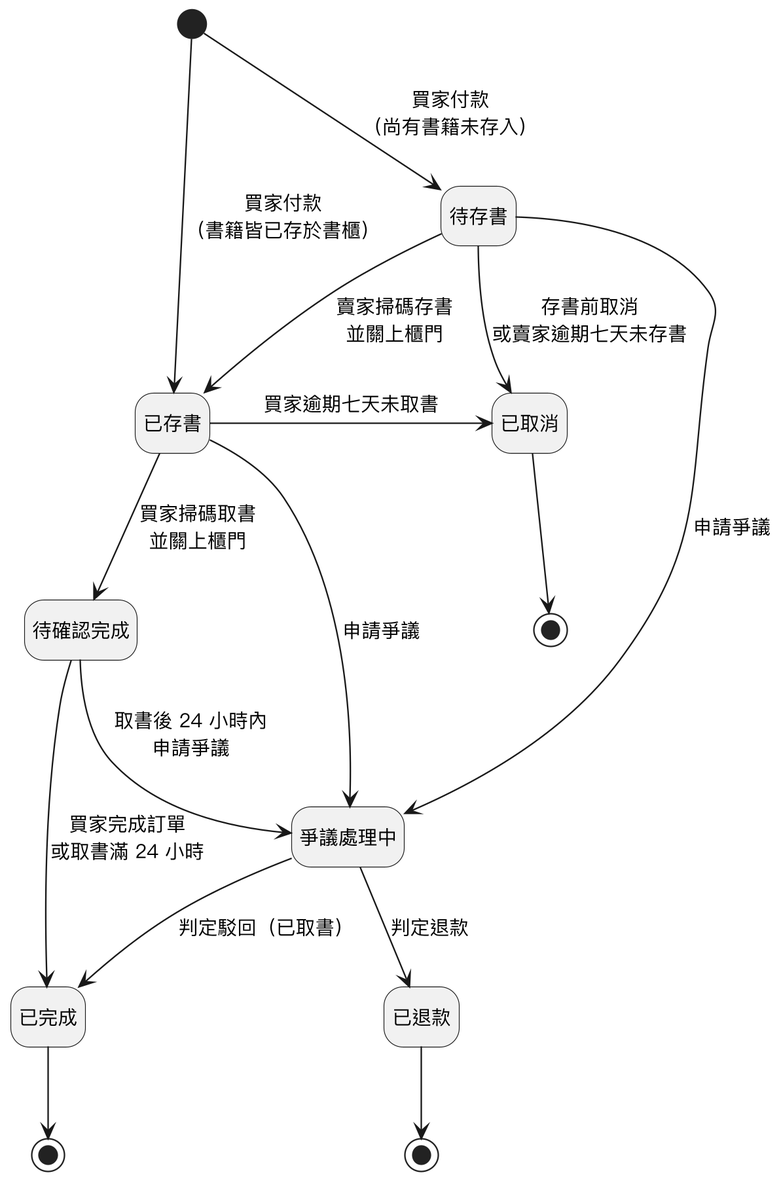
Above: Diagrams/State Machine/v3/state_orders.png in SaveMyBook/SaveMyBook (PlantUML), before the change.
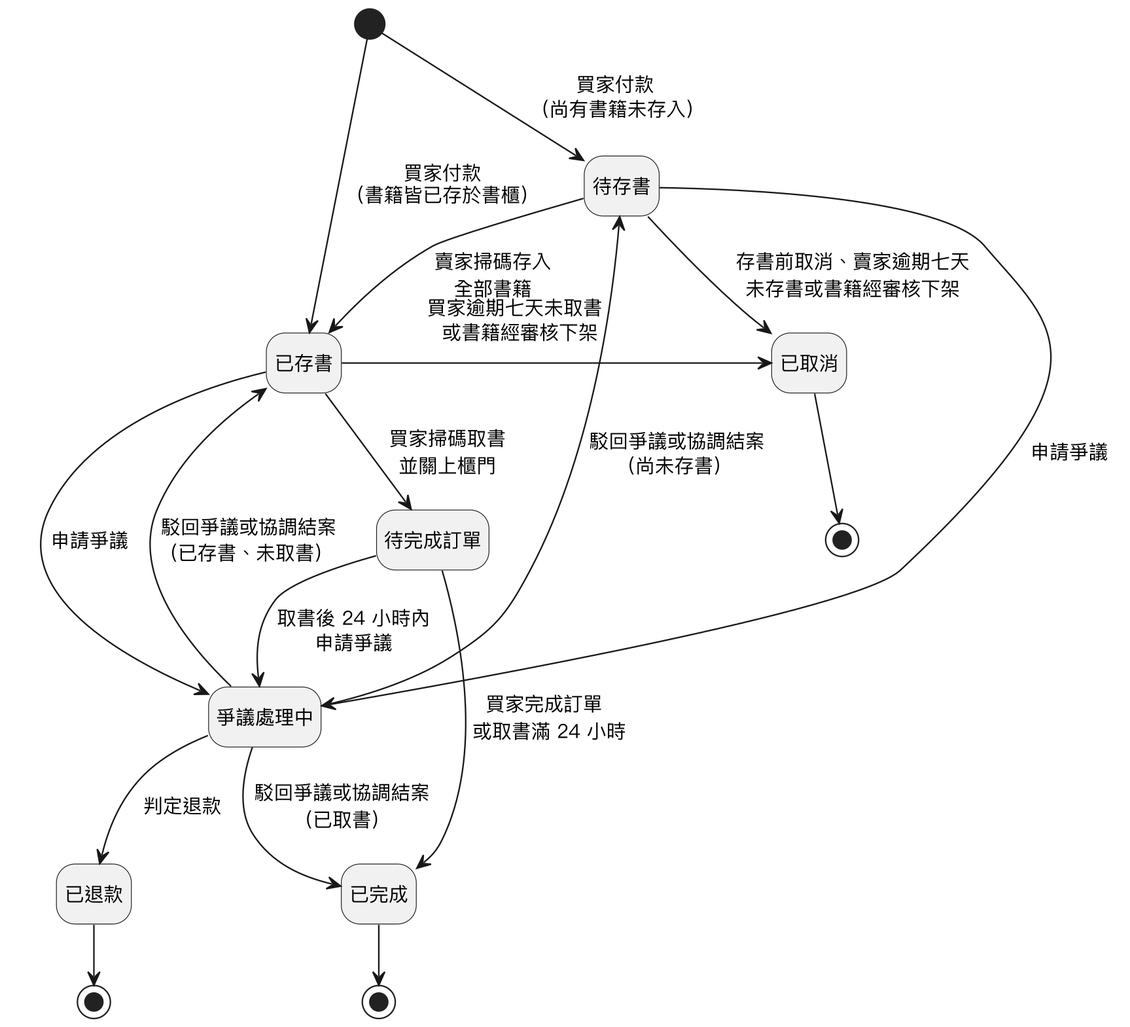
After the change.

What changed in the source:
```diff
@@ -5,11 +5,12 @@
 skinparam defaultFontName "PingFang TC"
 skinparam defaultFontSize 13
 hide empty description
-skinparam nodesep 70
+skinparam nodesep 55
+skinparam ranksep 40
 
 state 待存書
 state 已存書
-state 待確認完成
+state 待完成訂單
 state 已完成
 state 已取消
 state 爭議處理中
@@ -20,19 +21,21 @@
 
 [*] --> 待存書 : 買家付款\n（尚有書籍未存入）
 [*] --> 已存書 : 買家付款\n（書籍皆已存於書櫃）
-待存書 --> 已存書 : 賣家掃碼存書\n並關上櫃門
-已存書 --> 待確認完成 : 買家掃碼取書\n並關上櫃門
-待確認完成 --> 已完成 : 買家完成訂單\n或取書滿 24 小時
+待存書 --> 已存書 : 賣家掃碼存入\n全部書籍
+已存書 --> 待完成訂單 : 買家掃碼取書\n並關上櫃門
+待完成訂單 --> 已完成 : 買家完成訂單\n或取書滿 24 小時
 已完成 --> 完成終點
 
-待存書 --> 已取消 : 存書前取消\n或賣家逾期七天未存書
-已存書 -right-> 已取消 : 買家逾期七天未取書
+待存書 --> 已取消 : 存書前取消、賣家逾期七天\n未存書或書籍經審核下架
+已存書 -right-> 已取消 : 買家逾期七天未取書\n或書籍經審核下架
 已取消 --> 取消終點
 
 待存書 --> 爭議處理中 : 申請爭議
 已存書 --> 爭議處理中 : 申請爭議
-待確認完成 --> 爭議處理中 : 取書後 24 小時內\n申請爭議
+待完成訂單 --> 爭議處理中 : 取書後 24 小時內\n申請爭議
 爭議處理中 --> 已退款 : 判定退款
-爭議處理中 --> 已完成 : 判定駁回（已取書）
+爭議處理中 --> 已完成 : 駁回爭議或協調結案\n（已取書）
+已存書 <-- 爭議處理中 : 駁回爭議或協調結案\n（已存書、未取書）
+待存書 <-- 爭議處理中 : 駁回爭議或協調結案\n（尚未存書）
 已退款 --> 退款終點
 @enduml
```
